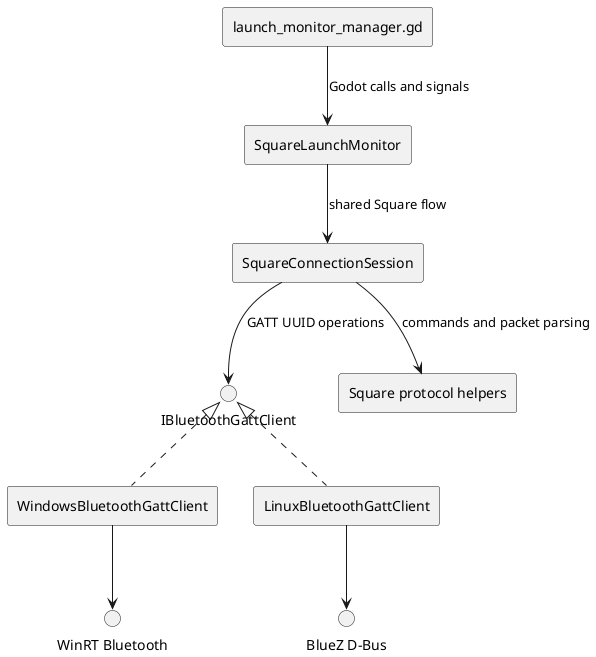
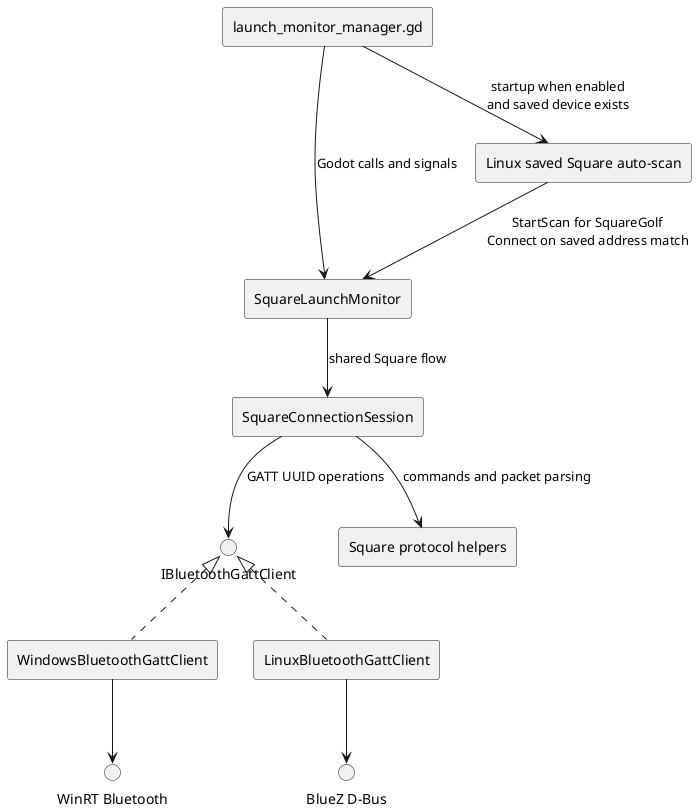
@startuml square_connection_backends
skinparam componentStyle rectangle

component "launch_monitor_manager.gd" as Manager
component "SquareLaunchMonitor" as Node
component "SquareConnectionSession" as Session
interface "IBluetoothGattClient" as Ble
component "WindowsBluetoothGattClient" as Windows
component "LinuxBluetoothGattClient" as Linux
component "Square protocol helpers" as Protocol
+ component "Linux saved Square auto-scan" as LinuxAutoScan

Manager --> Node : Godot calls and signals
+ Manager --> LinuxAutoScan : startup when enabled\nand saved device exists
+ LinuxAutoScan --> Node : StartScan for SquareGolf\nConnect on saved address match
Node --> Session : shared Square flow
Session --> Ble : GATT UUID operations
Session --> Protocol : commands and packet parsing
Ble <|.. Windows
Ble <|.. Linux
Windows --> "WinRT Bluetooth"
Linux --> "BlueZ D-Bus"
@enduml
